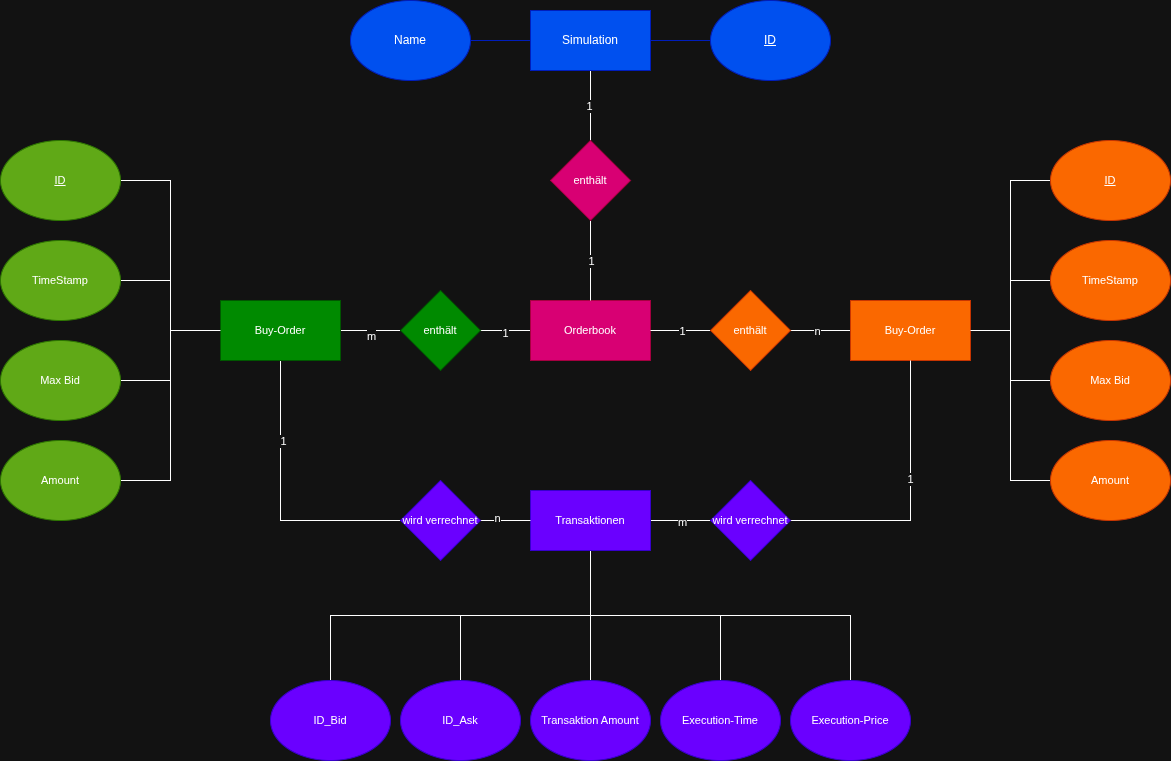
This is Documentation/ER-Diagramm_Market_Simulation.drawio.png from M0K097/MARKET_SIMULATOR, a draw.io export, as it was before one commit. Source tidied: cells renumbered, new cells last; positions are measured from the earlier drawing's top-left corner, leaving out a move shared by most shapes.
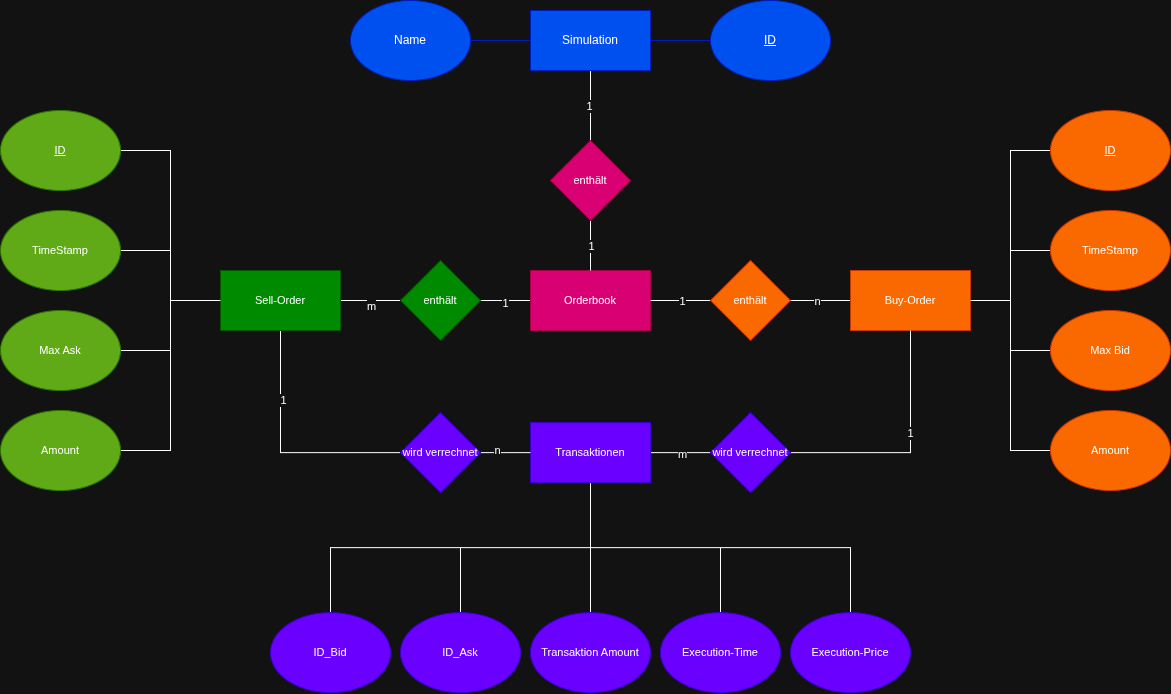
Above is the later version.

What changed in the source:
```diff
@@ -9,19 +9,19 @@
       <mxGeometry y="-2" relative="1" as="geometry" />
     </mxCell>
     <mxCell id="4" value="Simulation" style="rounded=0;whiteSpace=wrap;html=1;fillColor=#0050ef;fontColor=#ffffff;strokeColor=#001DBC;" parent="1" vertex="1">
-      <mxGeometry x="530" y="10" width="120" height="60" as="geometry" />
+      <mxGeometry x="530" y="40" width="120" height="60" as="geometry" />
     </mxCell>
     <mxCell id="5" style="edgeStyle=orthogonalEdgeStyle;shape=connector;rounded=0;jettySize=auto;html=1;exitX=0;exitY=0.5;exitDx=0;exitDy=0;strokeColor=#001DBC;align=center;verticalAlign=middle;fontFamily=Helvetica;fontSize=11;fontColor=default;labelBackgroundColor=default;endArrow=none;endFill=0;fillColor=#0050ef;" parent="1" edge="1" source="6" target="4">
       <mxGeometry relative="1" as="geometry" />
     </mxCell>
     <mxCell id="6" value="ID" style="ellipse;whiteSpace=wrap;html=1;fontStyle=4;fillColor=#0050ef;fontColor=#ffffff;strokeColor=#001DBC;" parent="1" vertex="1">
-      <mxGeometry x="710" width="120" height="80" as="geometry" />
+      <mxGeometry x="710" y="30" width="120" height="80" as="geometry" />
     </mxCell>
     <mxCell id="7" style="edgeStyle=orthogonalEdgeStyle;rounded=0;jettySize=auto;html=1;exitX=1;exitY=0.5;exitDx=0;exitDy=0;endArrow=none;endFill=0;fillColor=#0050ef;strokeColor=#001DBC;" parent="1" edge="1" source="8" target="4">
       <mxGeometry relative="1" as="geometry" />
     </mxCell>
     <mxCell id="8" value="Name" style="ellipse;whiteSpace=wrap;html=1;fillColor=#0050ef;fontColor=#ffffff;strokeColor=#001DBC;" parent="1" vertex="1">
-      <mxGeometry x="350" width="120" height="80" as="geometry" />
+      <mxGeometry x="350" y="30" width="120" height="80" as="geometry" />
     </mxCell>
     <mxCell id="9" style="edgeStyle=orthogonalEdgeStyle;shape=connector;rounded=0;jettySize=auto;html=1;exitX=0;exitY=0.5;exitDx=0;exitDy=0;entryX=1;entryY=0.5;entryDx=0;entryDy=0;strokeColor=default;align=center;verticalAlign=middle;fontFamily=Helvetica;fontSize=11;fontColor=default;labelBackgroundColor=default;endArrow=none;endFill=0;" parent="1" edge="1" source="11" target="23">
       <mxGeometry relative="1" as="geometry" />
@@ -39,7 +39,7 @@
       <mxGeometry relative="1" as="geometry" />
     </mxCell>
     <mxCell id="14" value="&lt;span&gt;enthält&lt;/span&gt;" style="rhombus;whiteSpace=wrap;html=1;fontFamily=Helvetica;fontSize=11;fontColor=default;labelBackgroundColor=none;fillColor=#d80073;strokeColor=#A50040;" parent="1" vertex="1">
-      <mxGeometry x="550" y="140" width="80" height="80" as="geometry" />
+      <mxGeometry x="550" y="170" width="80" height="80" as="geometry" />
     </mxCell>
     <mxCell id="15" style="edgeStyle=orthogonalEdgeStyle;shape=connector;rounded=0;jettySize=auto;html=1;exitX=1;exitY=0.5;exitDx=0;exitDy=0;strokeColor=default;align=center;verticalAlign=middle;fontFamily=Helvetica;fontSize=11;fontColor=default;labelBackgroundColor=default;endArrow=none;endFill=0;" parent="1" edge="1" source="19" target="23">
       <mxGeometry relative="1" as="geometry" />
@@ -53,7 +53,7 @@
     <mxCell id="18" value="1" style="edgeLabel;html=1;align=center;verticalAlign=middle;fontFamily=Helvetica;fontSize=11;fontColor=default;labelBackgroundColor=default;" parent="17" vertex="1">
       <mxGeometry x="-0.43" y="2" relative="1" as="geometry" />
     </mxCell>
-    <mxCell id="19" value="Buy-Order" style="rounded=0;whiteSpace=wrap;html=1;fontFamily=Helvetica;fontSize=11;fontColor=default;labelBackgroundColor=none;fillColor=#008a00;strokeColor=#005700;" parent="1" vertex="1">
+    <mxCell id="19" value="Sell-Order" style="rounded=0;whiteSpace=wrap;html=1;fontFamily=Helvetica;fontSize=11;fontColor=default;labelBackgroundColor=none;fillColor=#008a00;strokeColor=#005700;" parent="1" vertex="1">
       <mxGeometry x="220" y="300" width="120" height="60" as="geometry" />
     </mxCell>
     <mxCell id="20" style="edgeStyle=orthogonalEdgeStyle;shape=connector;rounded=0;jettySize=auto;html=1;exitX=0;exitY=0.5;exitDx=0;exitDy=0;strokeColor=light-dark(#C73500, #ffffff);align=center;verticalAlign=middle;fontFamily=Helvetica;fontSize=11;fontColor=default;labelBackgroundColor=default;endArrow=none;endFill=0;fillColor=#fa6800;" parent="1" edge="1" source="22" target="26">
@@ -92,7 +92,7 @@
     <mxCell id="31" style="edgeStyle=orthogonalEdgeStyle;shape=connector;rounded=0;jettySize=auto;html=1;exitX=1;exitY=0.5;exitDx=0;exitDy=0;entryX=0;entryY=0.5;entryDx=0;entryDy=0;strokeColor=default;align=center;verticalAlign=middle;fontFamily=Helvetica;fontSize=11;fontColor=default;labelBackgroundColor=default;endArrow=none;endFill=0;" parent="1" edge="1" source="32" target="19">
       <mxGeometry relative="1" as="geometry" />
     </mxCell>
-    <mxCell id="32" value="Max Bid" style="ellipse;whiteSpace=wrap;html=1;fontFamily=Helvetica;fontSize=11;fontColor=#ffffff;labelBackgroundColor=none;fontStyle=0;fillColor=#60a917;strokeColor=#2D7600;" parent="1" vertex="1">
+    <mxCell id="32" value="Max Ask" style="ellipse;whiteSpace=wrap;html=1;fontFamily=Helvetica;fontSize=11;fontColor=#ffffff;labelBackgroundColor=none;fontStyle=0;fillColor=#60a917;strokeColor=#2D7600;" parent="1" vertex="1">
       <mxGeometry y="340" width="120" height="80" as="geometry" />
     </mxCell>
     <mxCell id="33" style="edgeStyle=orthogonalEdgeStyle;shape=connector;rounded=0;jettySize=auto;html=1;exitX=1;exitY=0.5;exitDx=0;exitDy=0;entryX=0;entryY=0.5;entryDx=0;entryDy=0;strokeColor=default;align=center;verticalAlign=middle;fontFamily=Helvetica;fontSize=11;fontColor=default;labelBackgroundColor=default;endArrow=none;endFill=0;" parent="1" edge="1" source="34" target="19">
@@ -147,7 +147,7 @@
       <mxGeometry relative="1" as="geometry" />
     </mxCell>
     <mxCell id="50" value="Transaktionen" style="rounded=0;whiteSpace=wrap;html=1;fontFamily=Helvetica;fontSize=11;fontColor=#ffffff;labelBackgroundColor=none;fillColor=#6a00ff;strokeColor=#3700CC;" parent="1" vertex="1">
-      <mxGeometry x="530" y="490" width="120" height="60" as="geometry" />
+      <mxGeometry x="530" y="452.1" width="120" height="60" as="geometry" />
     </mxCell>
     <mxCell id="51" style="edgeStyle=orthogonalEdgeStyle;shape=connector;rounded=0;jettySize=auto;html=1;exitX=1;exitY=0.5;exitDx=0;exitDy=0;entryX=0;entryY=0.5;entryDx=0;entryDy=0;strokeColor=default;align=center;verticalAlign=middle;fontFamily=Helvetica;fontSize=11;fontColor=default;labelBackgroundColor=default;endArrow=none;endFill=0;" parent="1" edge="1" source="53" target="50">
       <mxGeometry relative="1" as="geometry" />
@@ -156,7 +156,7 @@
       <mxGeometry x="-0.36" y="3" relative="1" as="geometry" />
     </mxCell>
     <mxCell id="53" value="wird verrechnet" style="rhombus;whiteSpace=wrap;html=1;fontFamily=Helvetica;fontSize=11;fontColor=#ffffff;labelBackgroundColor=none;fillColor=#6a00ff;strokeColor=#3700CC;" parent="1" vertex="1">
-      <mxGeometry x="400" y="480" width="80" height="80" as="geometry" />
+      <mxGeometry x="400" y="442.1" width="80" height="80" as="geometry" />
     </mxCell>
     <mxCell id="54" style="edgeStyle=orthogonalEdgeStyle;shape=connector;rounded=0;jettySize=auto;html=1;exitX=1;exitY=0.5;exitDx=0;exitDy=0;entryX=0.5;entryY=1;entryDx=0;entryDy=0;strokeColor=default;align=center;verticalAlign=middle;fontFamily=Helvetica;fontSize=11;fontColor=default;labelBackgroundColor=default;endArrow=none;endFill=0;" parent="1" edge="1" source="56" target="22">
       <mxGeometry relative="1" as="geometry" />
@@ -165,22 +165,22 @@
       <mxGeometry x="0.16" y="1" relative="1" as="geometry" />
     </mxCell>
     <mxCell id="56" value="wird verrechnet" style="rhombus;whiteSpace=wrap;html=1;fontFamily=Helvetica;fontSize=11;fontColor=#ffffff;labelBackgroundColor=none;fillColor=#6a00ff;strokeColor=#3700CC;" parent="1" vertex="1">
-      <mxGeometry x="710" y="480" width="80" height="80" as="geometry" />
+      <mxGeometry x="710" y="442.1" width="80" height="80" as="geometry" />
     </mxCell>
     <mxCell id="57" value="ID_Bid" style="ellipse;whiteSpace=wrap;html=1;fontFamily=Helvetica;fontSize=11;fontColor=#ffffff;labelBackgroundColor=none;fillColor=#6a00ff;strokeColor=#3700CC;" parent="1" vertex="1">
-      <mxGeometry x="270" y="680" width="120" height="80" as="geometry" />
+      <mxGeometry x="270" y="642.1" width="120" height="80" as="geometry" />
     </mxCell>
     <mxCell id="58" value="ID_Ask" style="ellipse;whiteSpace=wrap;html=1;fontFamily=Helvetica;fontSize=11;fontColor=#ffffff;labelBackgroundColor=none;fillColor=#6a00ff;strokeColor=#3700CC;" parent="1" vertex="1">
-      <mxGeometry x="400" y="680" width="120" height="80" as="geometry" />
+      <mxGeometry x="400" y="642.1" width="120" height="80" as="geometry" />
     </mxCell>
     <mxCell id="59" value="Transaktion Amount" style="ellipse;whiteSpace=wrap;html=1;fontFamily=Helvetica;fontSize=11;fontColor=#ffffff;labelBackgroundColor=none;fillColor=#6a00ff;strokeColor=#3700CC;" parent="1" vertex="1">
-      <mxGeometry x="530" y="680" width="120" height="80" as="geometry" />
+      <mxGeometry x="530" y="642.1" width="120" height="80" as="geometry" />
     </mxCell>
     <mxCell id="60" value="Execution-Time" style="ellipse;whiteSpace=wrap;html=1;fontFamily=Helvetica;fontSize=11;fontColor=#ffffff;labelBackgroundColor=none;fillColor=#6a00ff;strokeColor=#3700CC;" parent="1" vertex="1">
-      <mxGeometry x="660" y="680" width="120" height="80" as="geometry" />
+      <mxGeometry x="660" y="642.1" width="120" height="80" as="geometry" />
     </mxCell>
     <mxCell id="61" value="Execution-Price" style="ellipse;whiteSpace=wrap;html=1;fontFamily=Helvetica;fontSize=11;fontColor=#ffffff;labelBackgroundColor=none;fillColor=#6a00ff;strokeColor=#3700CC;" parent="1" vertex="1">
-      <mxGeometry x="790" y="680" width="120" height="80" as="geometry" />
+      <mxGeometry x="790" y="642.1" width="120" height="80" as="geometry" />
     </mxCell>
   </root>
 </mxGraphModel>
```
